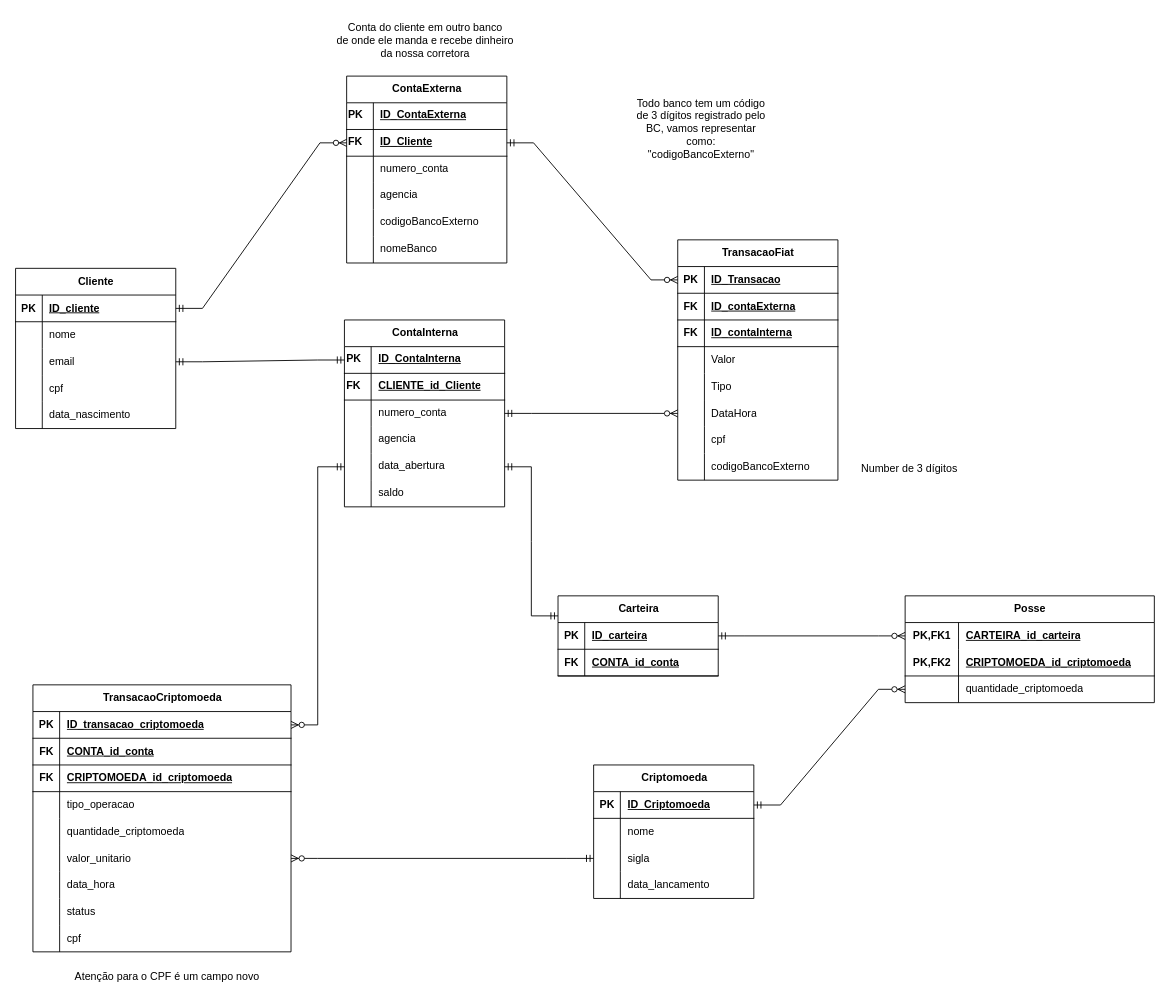
The draw.io diagram docs/modelagem-de-dados.drawio in Code-Masters-F/2025_Fase-5-6-7, before the edit. Source tidied: cells renumbered, new cells numbered last; positions are measured from the earlier drawing's top-left corner, leaving out a move shared by most shapes. Both pictures are drawn from the tidied source at 89%, with x=0, y=0 at pixel (15, 15).
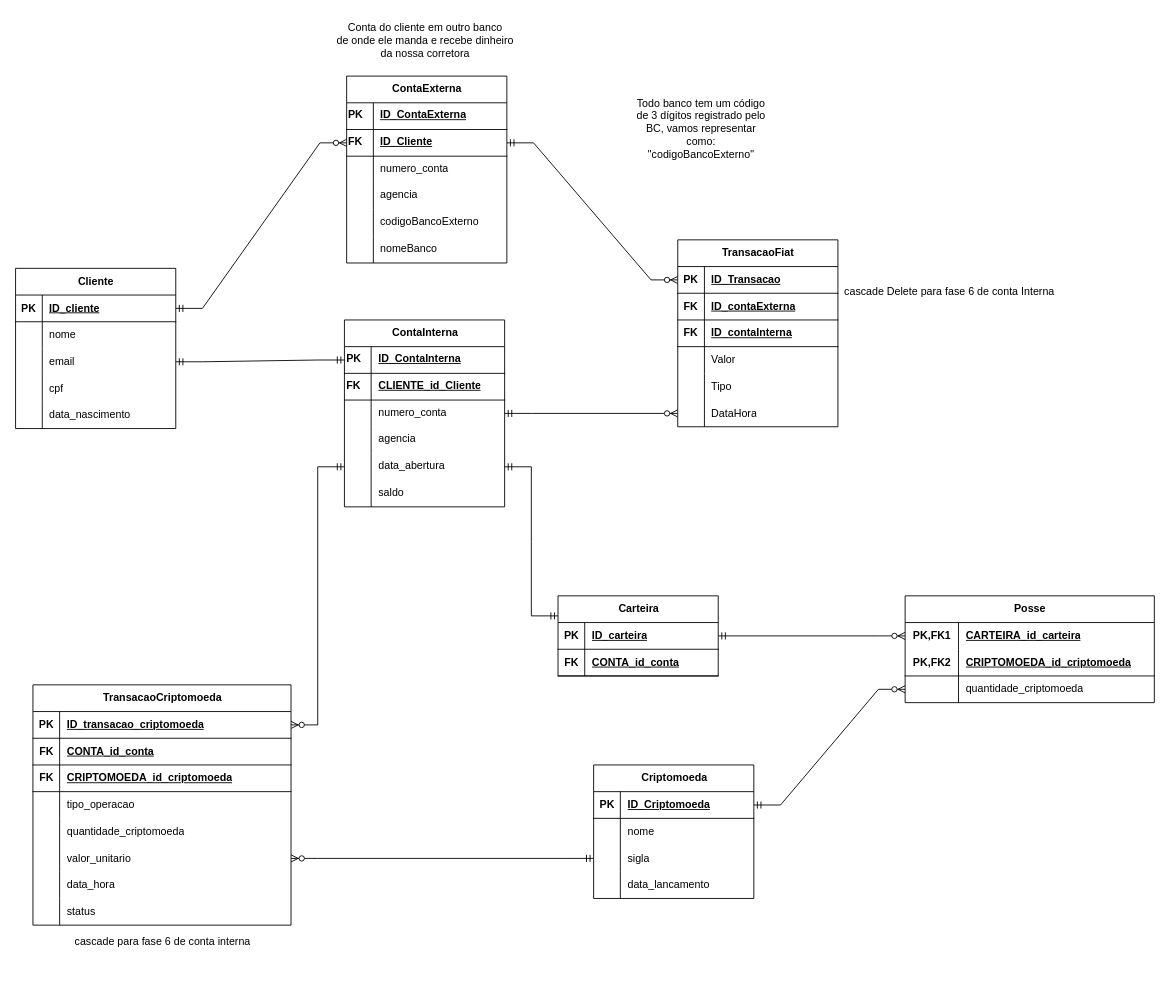
After the change.

Change to the diagram source:
```diff
@@
     <mxCell id="69" value="TransacaoCriptomoeda" style="shape=table;startSize=30;childLayout=tableLayout;rowLines=0;fontStyle=1;align=center;html=1;" parent="1" vertex="1">
-      <mxGeometry x="19.5" y="752" width="290" height="300" as="geometry" />
+      <mxGeometry x="19.5" y="752" width="290" height="270" as="geometry" />
     </mxCell>
@@
-    <mxCell id="94" style="shape=tableRow;horizontal=0;startSize=0;swimlaneHead=0;swimlaneBody=0;fillColor=none;top=0;left=0;right=0;bottom=0;" parent="69" vertex="1">
-      <mxGeometry y="270" width="290" height="30" as="geometry" />
-    </mxCell>
-    <mxCell id="95" style="shape=partialRectangle;fillColor=none;top=0;left=0;bottom=0;right=0;overflow=hidden;whiteSpace=wrap;html=1;" parent="94" vertex="1">
-      <mxGeometry width="30" height="30" as="geometry" />
-    </mxCell>
-    <mxCell id="96" value="cpf" style="shape=partialRectangle;fillColor=none;top=0;left=0;bottom=0;right=0;align=left;spacingLeft=6;overflow=hidden;whiteSpace=wrap;html=1;" parent="94" vertex="1">
-      <mxGeometry x="30" width="260" height="30" as="geometry" />
-    </mxCell>
@@
     <mxCell id="124" value="TransacaoFiat" style="shape=table;startSize=30;childLayout=tableLayout;rowLines=0;fontStyle=1;align=center;html=1;" parent="1" vertex="1">
-      <mxGeometry x="744" y="252" width="180" height="270" as="geometry" />
+      <mxGeometry x="744" y="252" width="180" height="210" as="geometry" />
     </mxCell>
@@
-    <mxCell id="143" style="shape=tableRow;horizontal=0;startSize=0;swimlaneHead=0;swimlaneBody=0;fillColor=none;top=0;left=0;right=0;bottom=0;" parent="124" vertex="1">
-      <mxGeometry y="210" width="180" height="30" as="geometry" />
-    </mxCell>
-    <mxCell id="144" style="shape=partialRectangle;fillColor=none;top=0;left=0;bottom=0;right=0;overflow=hidden;whiteSpace=wrap;html=1;" parent="143" vertex="1">
-      <mxGeometry width="30" height="30" as="geometry" />
-    </mxCell>
-    <mxCell id="145" value="cpf" style="shape=partialRectangle;fillColor=none;top=0;left=0;bottom=0;right=0;align=left;spacingLeft=6;overflow=hidden;whiteSpace=wrap;html=1;" parent="143" vertex="1">
-      <mxGeometry x="30" width="150" height="30" as="geometry" />
-    </mxCell>
-    <mxCell id="146" style="shape=tableRow;horizontal=0;startSize=0;swimlaneHead=0;swimlaneBody=0;fillColor=none;top=0;left=0;right=0;bottom=0;" parent="124" vertex="1">
-      <mxGeometry y="240" width="180" height="30" as="geometry" />
-    </mxCell>
-    <mxCell id="147" style="shape=partialRectangle;fillColor=none;top=0;left=0;bottom=0;right=0;overflow=hidden;whiteSpace=wrap;html=1;" parent="146" vertex="1">
-      <mxGeometry width="30" height="30" as="geometry" />
-    </mxCell>
-    <mxCell id="148" value="codigoBancoExterno" style="shape=partialRectangle;fillColor=none;top=0;left=0;bottom=0;right=0;align=left;spacingLeft=6;overflow=hidden;whiteSpace=wrap;html=1;" parent="146" vertex="1">
-      <mxGeometry x="30" width="150" height="30" as="geometry" />
-    </mxCell>
-    <mxCell id="149" value="Number de 3 dígitos" style="text;html=1;align=center;verticalAlign=middle;strokeColor=none;fillColor=none;" parent="1" vertex="1">
-      <mxGeometry x="941" y="496" width="126" height="26" as="geometry" />
-    </mxCell>
@@
-    <mxCell id="151" value="Atenção para o CPF é um campo novo" style="text;html=1;align=center;verticalAlign=middle;strokeColor=none;fillColor=none;" parent="1" vertex="1">
-      <mxGeometry x="57" y="1067" width="225" height="26" as="geometry" />
-    </mxCell>
+    <mxCell id="152" value="cascade Delete para fase 6 de conta Interna" style="text;html=1;align=center;verticalAlign=middle;strokeColor=none;fillColor=none;" parent="1" vertex="1">
+      <mxGeometry x="922" y="297" width="254" height="26" as="geometry" />
+    </mxCell>
+    <mxCell id="153" value="cascade para fase 6 de conta interna" style="text;html=1;align=center;verticalAlign=middle;strokeColor=none;fillColor=none;" parent="1" vertex="1">
+      <mxGeometry x="57" y="1028" width="215" height="26" as="geometry" />
+    </mxCell>
```
